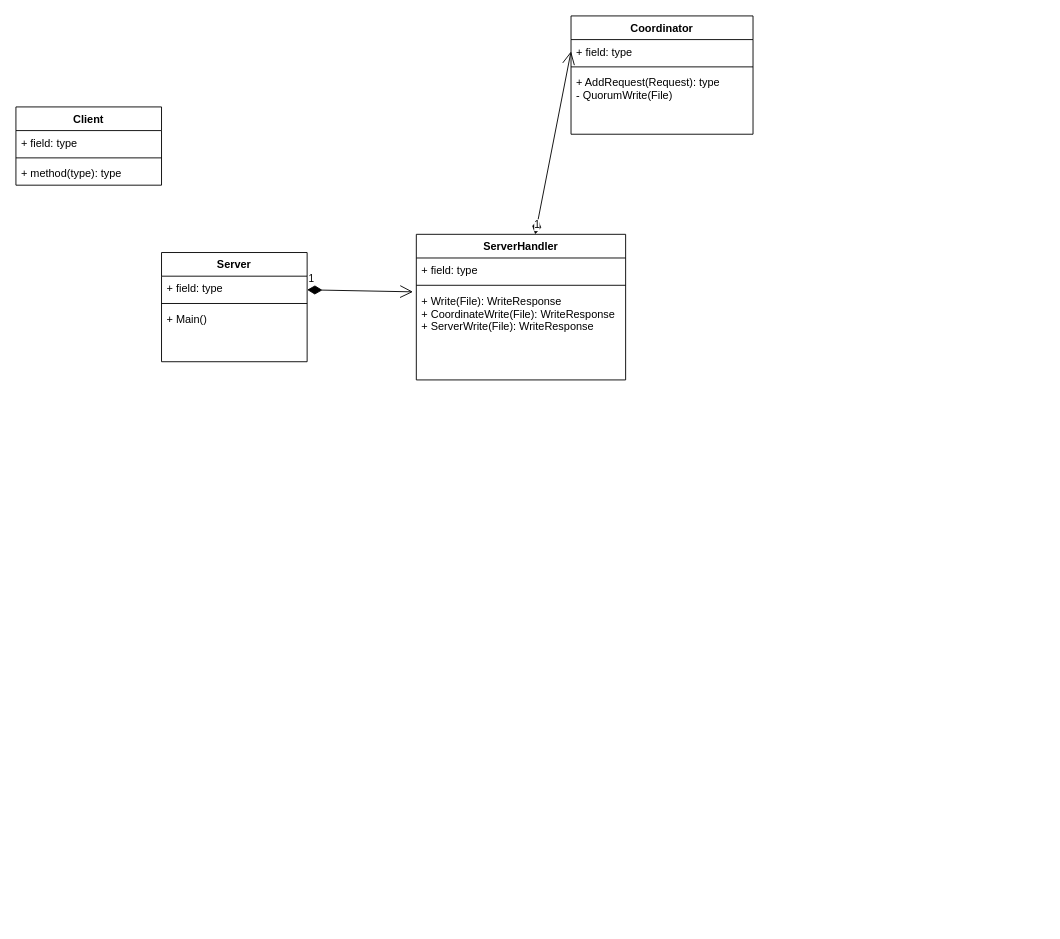
Before: PA3.drawio in lukekivi/Distributed-File-System, a draw.io diagram. Source tidied: cells renumbered, new cells numbered last; positions are measured from the earlier drawing's top-left corner, leaving out a move shared by most shapes. Both pictures are drawn from the tidied source at 91%, with x=0, y=0 at pixel (15, 15).
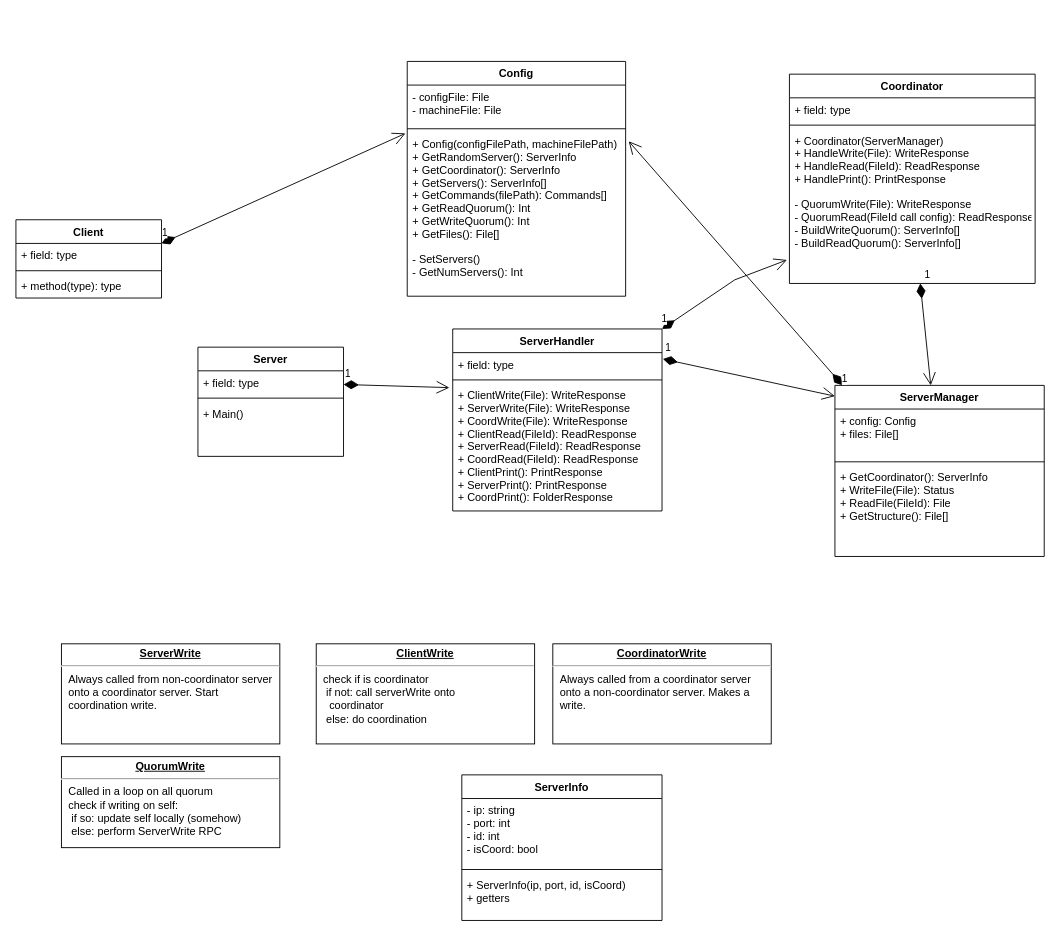
The same diagram, later.

Unchanged cells that the change refers to:
```xml
<mxCell id="3" value="+ field: type" style="text;strokeColor=none;fillColor=none;align=left;verticalAlign=top;spacingLeft=4;spacingRight=4;overflow=hidden;points=[[0,0.5],[1,0.5]];portConstraint=eastwest;" parent="2" vertex="1">
  <mxGeometry y="26" width="230" height="26" as="geometry" />
</mxCell>
<mxCell id="7" value="+ field: type" style="text;strokeColor=none;fillColor=none;align=left;verticalAlign=top;spacingLeft=4;spacingRight=4;overflow=hidden;points=[[0,0.5],[1,0.5]];portConstraint=eastwest;" parent="6" vertex="1">
  <mxGeometry y="26" width="160" height="26" as="geometry" />
</mxCell>
```

The edit, as a diff of the source:
```diff
@@
     <mxCell id="2" value="ServerHandler&#10;" style="swimlane;fontStyle=1;align=center;verticalAlign=top;horizontal=1;startSize=26;" parent="1" vertex="1">
-      <mxGeometry x="440" y="240" width="230" height="160" as="geometry" />
+      <mxGeometry x="480" y="344" width="230" height="200" as="geometry" />
     </mxCell>
@@
-    <mxCell id="5" value="+ Write(File): WriteResponse &#10;+ CoordinateWrite(File): WriteResponse&#10;+ ServerWrite(File): WriteResponse" style="text;strokeColor=none;fillColor=none;align=left;verticalAlign=top;spacingLeft=4;spacingRight=4;overflow=hidden;points=[[0,0.5],[1,0.5]];portConstraint=eastwest;" parent="2" vertex="1">
-      <mxGeometry y="60" width="230" height="100" as="geometry" />
+    <mxCell id="5" value="+ ClientWrite(File): WriteResponse &#10;+ ServerWrite(File): WriteResponse&#10;+ CoordWrite(File): WriteResponse&#10;+ ClientRead(FileId): ReadResponse&#10;+ ServerRead(FileId): ReadResponse&#10;+ CoordRead(FileId): ReadResponse&#10;+ ClientPrint(): PrintResponse&#10;+ ServerPrint(): PrintResponse&#10;+ CoordPrint(): FolderResponse" style="text;strokeColor=none;fillColor=none;align=left;verticalAlign=top;spacingLeft=4;spacingRight=4;overflow=hidden;points=[[0,0.5],[1,0.5]];portConstraint=eastwest;" parent="2" vertex="1">
+      <mxGeometry y="60" width="230" height="140" as="geometry" />
     </mxCell>
     <mxCell id="6" value="Client" style="swimlane;fontStyle=1;align=center;verticalAlign=top;horizontal=1;startSize=26;" parent="1" vertex="1">
-      <mxGeometry y="100" width="160" height="86" as="geometry" />
+      <mxGeometry y="224" width="160" height="86" as="geometry" />
     </mxCell>
@@
     <mxCell id="10" value="Coordinator" style="swimlane;fontStyle=1;align=center;verticalAlign=top;horizontal=1;startSize=26;" parent="1" vertex="1">
-      <mxGeometry x="610" width="200" height="130" as="geometry" />
+      <mxGeometry x="850" y="64" width="270" height="230" as="geometry" />
     </mxCell>
     <mxCell id="11" value="+ field: type" style="text;strokeColor=none;fillColor=none;align=left;verticalAlign=top;spacingLeft=4;spacingRight=4;overflow=hidden;points=[[0,0.5],[1,0.5]];portConstraint=eastwest;" parent="10" vertex="1">
-      <mxGeometry y="26" width="200" height="26" as="geometry" />
+      <mxGeometry y="26" width="270" height="26" as="geometry" />
     </mxCell>
     <mxCell id="12" style="line;strokeWidth=1;fillColor=none;align=left;verticalAlign=middle;spacingTop=-1;spacingLeft=3;spacingRight=3;labelPosition=right;" parent="10" vertex="1">
-      <mxGeometry y="52" width="200" height="8" as="geometry" />
+      <mxGeometry y="52" width="270" height="8" as="geometry" />
     </mxCell>
-    <mxCell id="13" value="+ AddRequest(Request): type&#10;- QuorumWrite(File)" style="text;strokeColor=none;fillColor=none;align=left;verticalAlign=top;spacingLeft=4;spacingRight=4;overflow=hidden;points=[[0,0.5],[1,0.5]];portConstraint=eastwest;" parent="10" vertex="1">
-      <mxGeometry y="60" width="200" height="70" as="geometry" />
+    <mxCell id="13" value="+ Coordinator(ServerManager)&#10;+ HandleWrite(File): WriteResponse&#10;+ HandleRead(FileId): ReadResponse&#10;+ HandlePrint(): PrintResponse&#10;&#10;- QuorumWrite(File): WriteResponse&#10;- QuorumRead(FileId call config): ReadResponse&#10;- BuildWriteQuorum(): ServerInfo[]&#10;- BuildReadQuorum(): ServerInfo[]&#10;" style="text;strokeColor=none;fillColor=none;align=left;verticalAlign=top;spacingLeft=4;spacingRight=4;overflow=hidden;points=[[0,0.5],[1,0.5]];portConstraint=eastwest;" parent="10" vertex="1">
+      <mxGeometry y="60" width="270" height="170" as="geometry" />
     </mxCell>
-    <mxCell id="14" value="1" style="endArrow=open;html=1;endSize=12;startArrow=diamondThin;startSize=14;startFill=1;align=left;verticalAlign=bottom;rounded=0;entryX=0;entryY=0.5;entryDx=0;entryDy=0;" parent="1" edge="1" source="2" target="11">
-      <mxGeometry x="-1" y="3" relative="1" as="geometry" />
-    </mxCell>
     <mxCell id="15" value="Server" style="swimlane;fontStyle=1;align=center;verticalAlign=top;horizontal=1;startSize=26;" parent="1" vertex="1">
-      <mxGeometry x="160" y="260" width="160" height="120" as="geometry" />
+      <mxGeometry x="200" y="364" width="160" height="120" as="geometry" />
     </mxCell>
@@
     <mxCell id="19" value="1" style="endArrow=open;html=1;endSize=12;startArrow=diamondThin;startSize=14;startFill=1;align=left;verticalAlign=bottom;rounded=0;entryX=-0.016;entryY=0.032;entryDx=0;entryDy=0;entryPerimeter=0;" parent="1" edge="1" target="5">
       <mxGeometry x="-1" y="3" relative="1" as="geometry">
-        <mxPoint x="320" y="301" as="sourcePoint" />
+        <mxPoint x="360" y="405" as="sourcePoint" />
       </mxGeometry>
     </mxCell>
+    <mxCell id="20" value="&lt;p style=&quot;margin: 0px ; margin-top: 4px ; text-align: center ; text-decoration: underline&quot;&gt;&lt;b&gt;ServerWrite&lt;/b&gt;&lt;/p&gt;&lt;hr&gt;&lt;p style=&quot;margin: 0px ; margin-left: 8px&quot;&gt;Always called from non-coordinator server&lt;/p&gt;&lt;p style=&quot;margin: 0px ; margin-left: 8px&quot;&gt;onto a coordinator server. Start&amp;nbsp;&lt;/p&gt;&lt;p style=&quot;margin: 0px ; margin-left: 8px&quot;&gt;coordination write.&lt;/p&gt;&lt;p style=&quot;margin: 0px ; margin-left: 8px&quot;&gt;&lt;span style=&quot;white-space: pre&quot;&gt;&lt;br&gt;&lt;/span&gt;&lt;/p&gt;" style="verticalAlign=top;align=left;overflow=fill;fontSize=12;fontFamily=Helvetica;html=1;" parent="1" vertex="1">
+      <mxGeometry x="50" y="690" width="240" height="110" as="geometry" />
+    </mxCell>
+    <mxCell id="21" value="&lt;p style=&quot;margin: 0px ; margin-top: 4px ; text-align: center ; text-decoration: underline&quot;&gt;&lt;b&gt;ClientWrite&lt;/b&gt;&lt;/p&gt;&lt;hr&gt;&lt;p style=&quot;margin: 0px ; margin-left: 8px&quot;&gt;check if is coordinator&lt;/p&gt;&lt;p style=&quot;margin: 0px ; margin-left: 8px&quot;&gt;&lt;span style=&quot;white-space: pre&quot;&gt; if not: call serverWrite onto&amp;nbsp;&lt;/span&gt;&lt;/p&gt;&lt;p style=&quot;margin: 0px ; margin-left: 8px&quot;&gt;&lt;span style=&quot;white-space: pre&quot;&gt;&lt;span style=&quot;white-space: pre&quot;&gt; &lt;span style=&quot;white-space: pre&quot;&gt; coordinator&lt;/span&gt;&lt;/span&gt;&lt;/span&gt;&lt;/p&gt;&lt;p style=&quot;margin: 0px ; margin-left: 8px&quot;&gt;&lt;span style=&quot;white-space: pre&quot;&gt;&lt;span style=&quot;white-space: pre&quot;&gt; else: do coordination&lt;/span&gt;&lt;br&gt;&lt;/span&gt;&lt;br&gt;&lt;/p&gt;" style="verticalAlign=top;align=left;overflow=fill;fontSize=12;fontFamily=Helvetica;html=1;" parent="1" vertex="1">
+      <mxGeometry x="330" y="690" width="240" height="110" as="geometry" />
+    </mxCell>
+    <mxCell id="22" value="&lt;p style=&quot;margin: 0px ; margin-top: 4px ; text-align: center ; text-decoration: underline&quot;&gt;&lt;b&gt;QuorumWrite&lt;/b&gt;&lt;/p&gt;&lt;hr&gt;&lt;p style=&quot;margin: 0px ; margin-left: 8px&quot;&gt;Called in a loop on all quorum&lt;/p&gt;&lt;p style=&quot;margin: 0px ; margin-left: 8px&quot;&gt;check if writing on self:&lt;/p&gt;&lt;p style=&quot;margin: 0px ; margin-left: 8px&quot;&gt;&lt;span style=&quot;white-space: pre&quot;&gt; if so: update self locally (somehow)&lt;/span&gt;&lt;br&gt;&lt;/p&gt;&lt;p style=&quot;margin: 0px ; margin-left: 8px&quot;&gt;&lt;span style=&quot;white-space: pre&quot;&gt;&lt;span style=&quot;white-space: pre&quot;&gt; else: perform ServerWrite RPC&lt;/span&gt;&lt;br&gt;&lt;/span&gt;&lt;/p&gt;&lt;p style=&quot;margin: 0px ; margin-left: 8px&quot;&gt;&lt;span style=&quot;white-space: pre&quot;&gt;&lt;br&gt;&lt;/span&gt;&lt;/p&gt;" style="verticalAlign=top;align=left;overflow=fill;fontSize=12;fontFamily=Helvetica;html=1;" parent="1" vertex="1">
+      <mxGeometry x="50" y="814" width="240" height="100" as="geometry" />
+    </mxCell>
+    <mxCell id="23" value="&lt;p style=&quot;margin: 0px ; margin-top: 4px ; text-align: center ; text-decoration: underline&quot;&gt;&lt;b&gt;CoordinatorWrite&lt;/b&gt;&lt;/p&gt;&lt;hr&gt;&lt;p style=&quot;margin: 0px ; margin-left: 8px&quot;&gt;Always called from a coordinator server&lt;/p&gt;&lt;p style=&quot;margin: 0px ; margin-left: 8px&quot;&gt;onto a non-coordinator server. Makes a&lt;/p&gt;&lt;p style=&quot;margin: 0px ; margin-left: 8px&quot;&gt;write.&lt;/p&gt;&lt;p style=&quot;margin: 0px ; margin-left: 8px&quot;&gt;&lt;span style=&quot;white-space: pre&quot;&gt;&lt;br&gt;&lt;/span&gt;&lt;/p&gt;" style="verticalAlign=top;align=left;overflow=fill;fontSize=12;fontFamily=Helvetica;html=1;" parent="1" vertex="1">
+      <mxGeometry x="590" y="690" width="240" height="110" as="geometry" />
+    </mxCell>
+    <mxCell id="24" value="Config" style="swimlane;fontStyle=1;align=center;verticalAlign=top;horizontal=1;startSize=26;" parent="1" vertex="1">
+      <mxGeometry x="430" y="50" width="240" height="258" as="geometry" />
+    </mxCell>
+    <mxCell id="25" value="- configFile: File&#10;- machineFile: File" style="text;strokeColor=none;fillColor=none;align=left;verticalAlign=top;spacingLeft=4;spacingRight=4;overflow=hidden;" parent="24" vertex="1">
+      <mxGeometry y="26" width="240" height="44" as="geometry" />
+    </mxCell>
+    <mxCell id="26" style="line;strokeWidth=1;fillColor=none;align=left;verticalAlign=middle;spacingTop=-1;spacingLeft=3;spacingRight=3;labelPosition=right;" parent="24" vertex="1">
+      <mxGeometry y="70" width="240" height="8" as="geometry" />
+    </mxCell>
+    <mxCell id="27" value="+ Config(configFilePath, machineFilePath)&#10;+ GetRandomServer(): ServerInfo&#10;+ GetCoordinator(): ServerInfo&#10;+ GetServers(): ServerInfo[]&#10;+ GetCommands(filePath): Commands[]&#10;+ GetReadQuorum(): Int&#10;+ GetWriteQuorum(): Int&#10;+ GetFiles(): File[]&#10;&#10;- SetServers()&#10;- GetNumServers(): Int" style="text;strokeColor=none;fillColor=none;align=left;verticalAlign=top;spacingLeft=4;spacingRight=4;overflow=hidden;points=[[0,0.5],[1,0.5]];portConstraint=eastwest;" parent="24" vertex="1">
+      <mxGeometry y="78" width="240" height="180" as="geometry" />
+    </mxCell>
+    <mxCell id="28" value="1" style="endArrow=open;html=1;endSize=12;startArrow=diamondThin;startSize=14;startFill=1;align=left;verticalAlign=bottom;rounded=0;entryX=-0.008;entryY=0.006;entryDx=0;entryDy=0;entryPerimeter=0;" parent="1" edge="1" source="7" target="27">
+      <mxGeometry x="-1" y="3" relative="1" as="geometry">
+        <Array as="points">
+          <mxPoint x="160" y="250" />
+        </Array>
+      </mxGeometry>
+    </mxCell>
+    <mxCell id="29" value="1" style="endArrow=open;html=1;endSize=12;startArrow=diamondThin;startSize=14;startFill=1;align=left;verticalAlign=bottom;rounded=0;exitX=1.004;exitY=0.269;exitDx=0;exitDy=0;exitPerimeter=0;entryX=0;entryY=0.063;entryDx=0;entryDy=0;entryPerimeter=0;" parent="1" edge="1" source="3" target="30">
+      <mxGeometry x="-1" y="3" relative="1" as="geometry" />
+    </mxCell>
+    <mxCell id="30" value="ServerManager" style="swimlane;fontStyle=1;align=center;verticalAlign=top;horizontal=1;startSize=26;" parent="1" vertex="1">
+      <mxGeometry x="900" y="406" width="230" height="188" as="geometry" />
+    </mxCell>
+    <mxCell id="31" value="+ config: Config&#10;+ files: File[]" style="text;strokeColor=none;fillColor=none;align=left;verticalAlign=top;spacingLeft=4;spacingRight=4;overflow=hidden;" parent="30" vertex="1">
+      <mxGeometry y="26" width="230" height="54" as="geometry" />
+    </mxCell>
+    <mxCell id="32" style="line;strokeWidth=1;fillColor=none;align=left;verticalAlign=middle;spacingTop=-1;spacingLeft=3;spacingRight=3;labelPosition=right;" parent="30" vertex="1">
+      <mxGeometry y="80" width="230" height="8" as="geometry" />
+    </mxCell>
+    <mxCell id="33" value="+ GetCoordinator(): ServerInfo&#10;+ WriteFile(File): Status&#10;+ ReadFile(FileId): File&#10;+ GetStructure(): File[]" style="text;strokeColor=none;fillColor=none;align=left;verticalAlign=top;spacingLeft=4;spacingRight=4;overflow=hidden;" parent="30" vertex="1">
+      <mxGeometry y="88" width="230" height="100" as="geometry" />
+    </mxCell>
+    <mxCell id="34" value="1" style="endArrow=open;html=1;endSize=12;startArrow=diamondThin;startSize=14;startFill=1;align=left;verticalAlign=bottom;rounded=0;exitX=0.037;exitY=0;exitDx=0;exitDy=0;exitPerimeter=0;entryX=1.014;entryY=0.054;entryDx=0;entryDy=0;entryPerimeter=0;" parent="1" edge="1" source="30" target="27">
+      <mxGeometry x="-1" y="3" relative="1" as="geometry" />
+    </mxCell>
+    <mxCell id="35" value="ServerInfo" style="swimlane;fontStyle=1;align=center;verticalAlign=top;horizontal=1;startSize=26;" parent="1" vertex="1">
+      <mxGeometry x="490" y="834" width="220" height="160" as="geometry" />
+    </mxCell>
+    <mxCell id="36" value="- ip: string&#10;- port: int&#10;- id: int&#10;- isCoord: bool" style="text;strokeColor=none;fillColor=none;align=left;verticalAlign=top;spacingLeft=4;spacingRight=4;overflow=hidden;" parent="35" vertex="1">
+      <mxGeometry y="26" width="220" height="74" as="geometry" />
+    </mxCell>
+    <mxCell id="37" style="line;strokeWidth=1;fillColor=none;align=left;verticalAlign=middle;spacingTop=-1;spacingLeft=3;spacingRight=3;labelPosition=right;" parent="35" vertex="1">
+      <mxGeometry y="100" width="220" height="8" as="geometry" />
+    </mxCell>
+    <mxCell id="38" value="+ ServerInfo(ip, port, id, isCoord)&#10;+ getters" style="text;strokeColor=none;fillColor=none;align=left;verticalAlign=top;spacingLeft=4;spacingRight=4;overflow=hidden;" parent="35" vertex="1">
+      <mxGeometry y="108" width="220" height="52" as="geometry" />
+    </mxCell>
+    <mxCell id="39" value="1" style="endArrow=open;html=1;endSize=12;startArrow=diamondThin;startSize=14;startFill=1;align=left;verticalAlign=bottom;rounded=0;entryX=-0.01;entryY=0.848;entryDx=0;entryDy=0;entryPerimeter=0;exitX=1;exitY=0;exitDx=0;exitDy=0;" parent="1" edge="1" source="2" target="13">
+      <mxGeometry x="-1" y="3" relative="1" as="geometry">
+        <Array as="points">
+          <mxPoint x="790" y="290" />
+        </Array>
+      </mxGeometry>
+    </mxCell>
+    <mxCell id="40" value="1" style="endArrow=open;html=1;endSize=12;startArrow=diamondThin;startSize=14;startFill=1;align=left;verticalAlign=bottom;rounded=0;" parent="1" edge="1" source="13" target="30">
+      <mxGeometry x="-1" y="3" relative="1" as="geometry" />
+    </mxCell>
```
